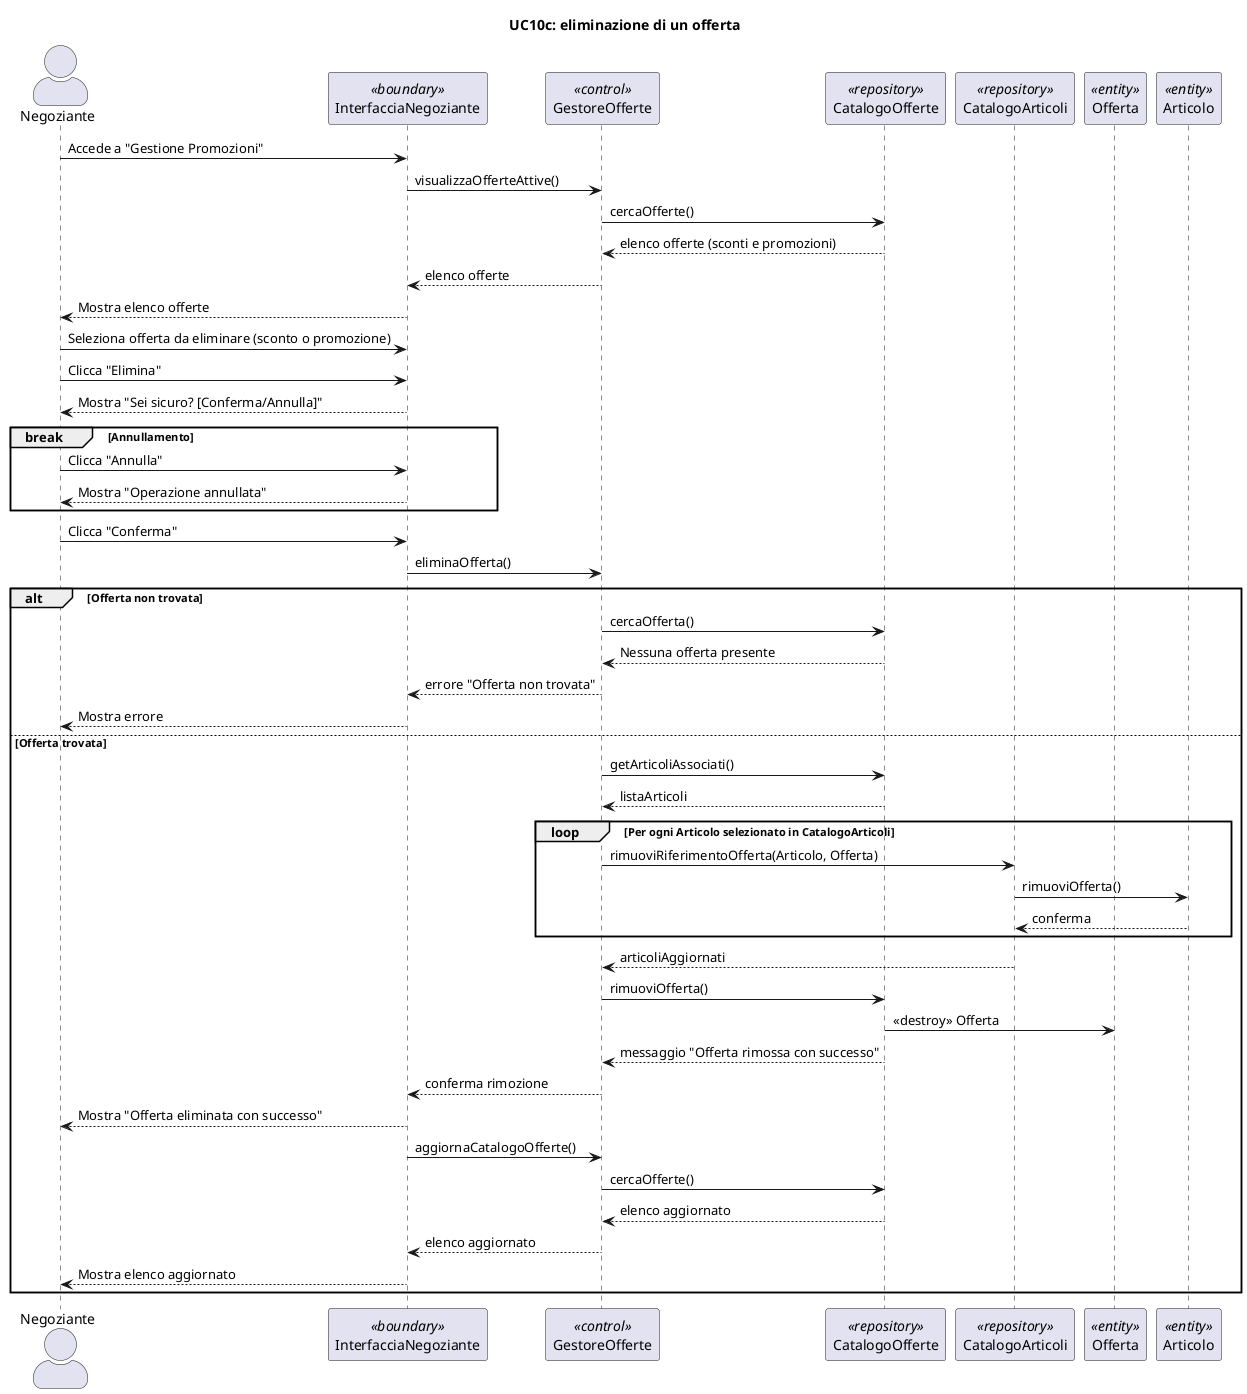
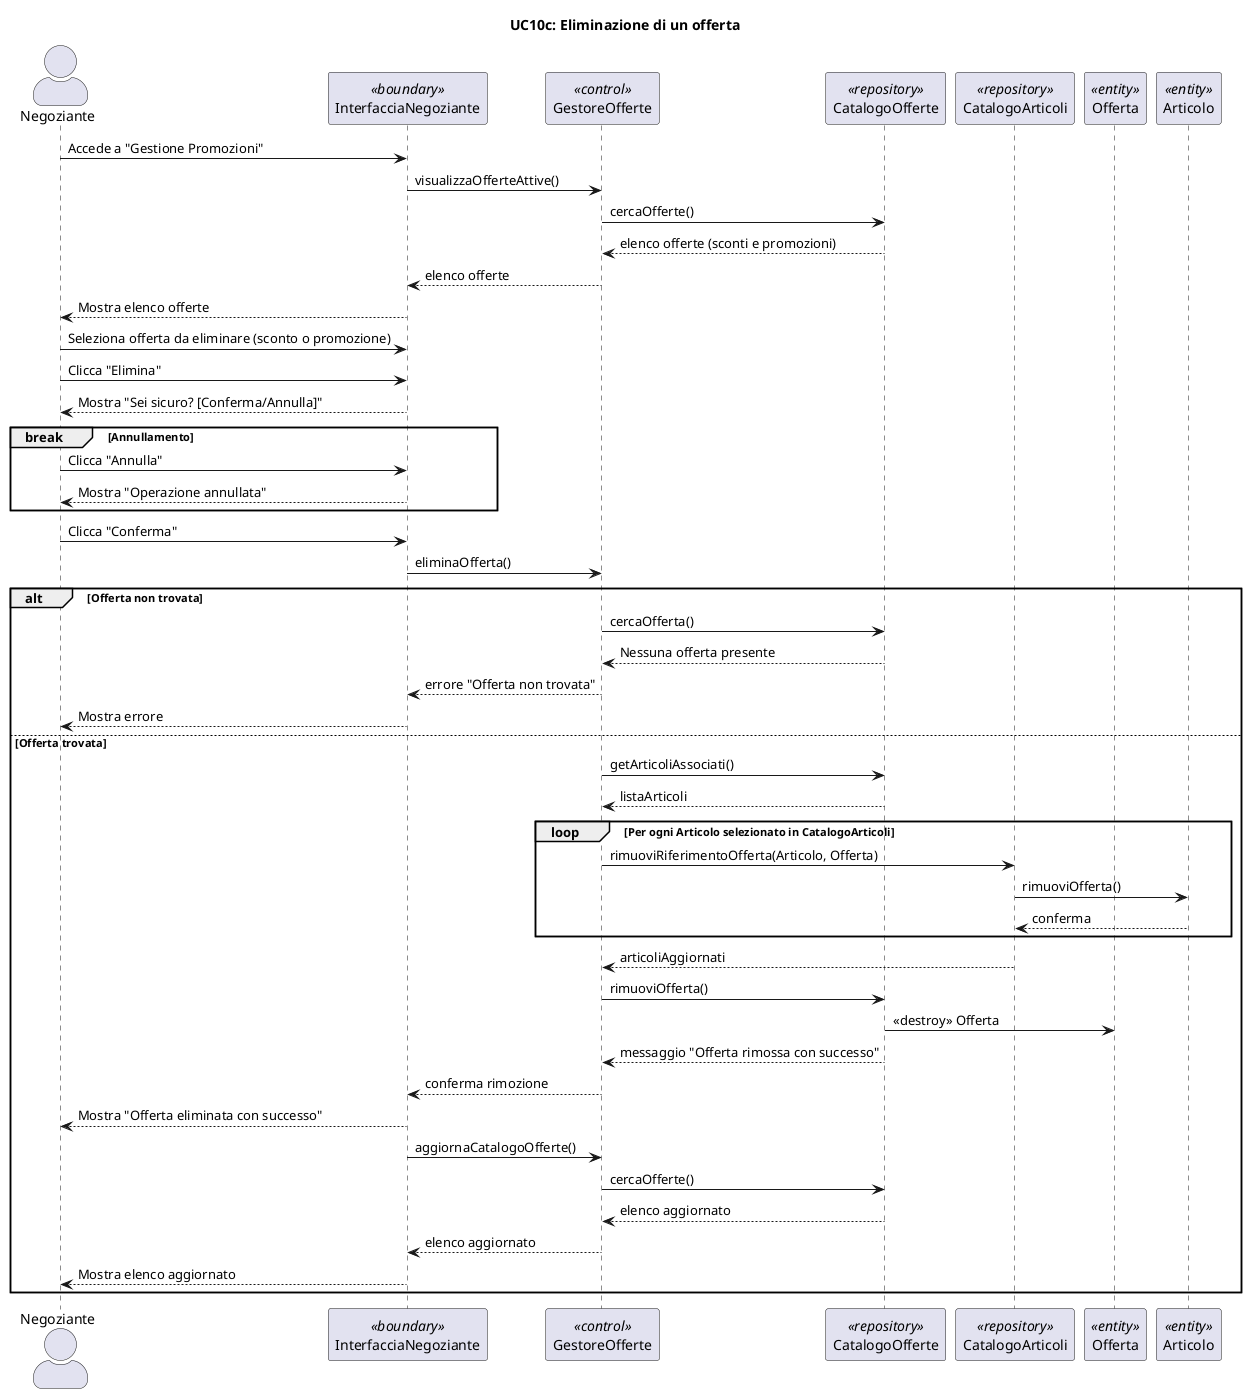
@startuml
- title UC10c: eliminazione di un offerta
+ title UC10c: Eliminazione di un offerta
skinparam actorStyle awesome

actor Negoziante as N
participant "InterfacciaNegoziante" as IN <<boundary>>
participant "GestoreOfferte" as G <<control>>
participant "CatalogoOfferte" as CO <<repository>>
participant "CatalogoArticoli" as CA <<repository>>
participant "Offerta" as O <<entity>>
participant "Articolo" as Articolo <<entity>>

N -> IN: Accede a "Gestione Promozioni"
IN -> G: visualizzaOfferteAttive()
G -> CO: cercaOfferte()
CO --> G: elenco offerte (sconti e promozioni)
G --> IN: elenco offerte
IN --> N: Mostra elenco offerte

N -> IN: Seleziona offerta da eliminare (sconto o promozione)
N -> IN: Clicca "Elimina"

IN --> N: Mostra "Sei sicuro? [Conferma/Annulla]"

break Annullamento
    N -> IN: Clicca "Annulla"
    IN --> N: Mostra "Operazione annullata"
end

N -> IN: Clicca "Conferma"
IN -> G: eliminaOfferta()

alt Offerta non trovata
    G -> CO: cercaOfferta()
    CO --> G: Nessuna offerta presente
    G --> IN: errore "Offerta non trovata"
    IN --> N: Mostra errore

else Offerta trovata
    G -> CO: getArticoliAssociati()
    CO --> G: listaArticoli

        loop Per ogni Articolo selezionato in CatalogoArticoli
            G -> CA: rimuoviRiferimentoOfferta(Articolo, Offerta)
            CA -> Articolo: rimuoviOfferta()
            Articolo --> CA: conferma
        end
        CA --> G: articoliAggiornati

    G -> CO: rimuoviOfferta()
    CO -> O: <<destroy>> Offerta
    CO --> G: messaggio "Offerta rimossa con successo"

    G --> IN: conferma rimozione
    IN --> N: Mostra "Offerta eliminata con successo"

    IN -> G: aggiornaCatalogoOfferte()
    G -> CO: cercaOfferte()
    CO --> G: elenco aggiornato
    G --> IN: elenco aggiornato
    IN --> N: Mostra elenco aggiornato
end
@enduml